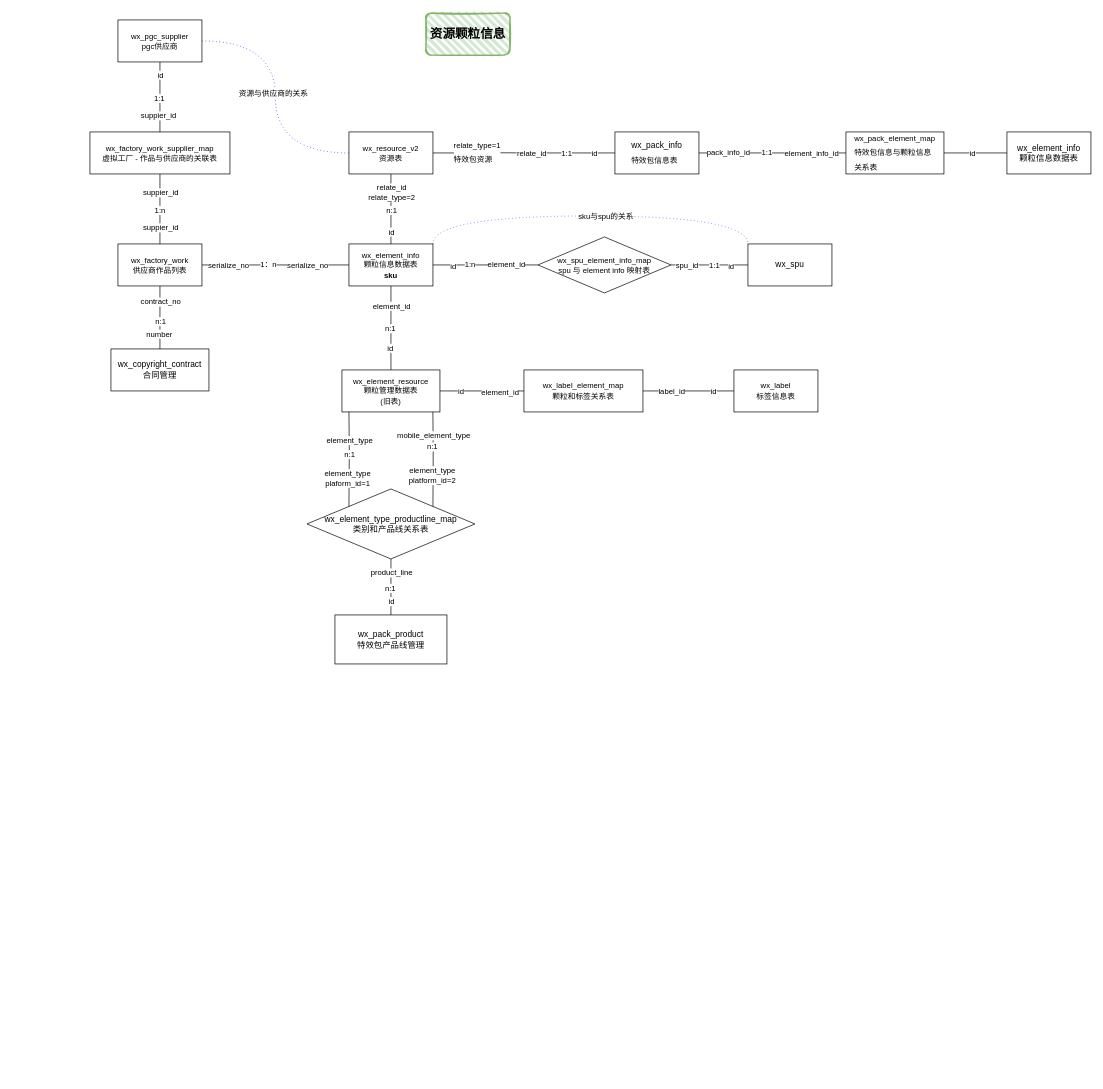
Above: 未命名绘图.drawio in nateshao/blog-image (draw.io), before the change. Source tidied: cells renumbered, new cells numbered last; positions are measured from the earlier drawing's top-left corner, leaving out a move shared by most shapes. Both pictures are drawn from the tidied source at 70%, with x=0, y=0 at pixel (90, 13).
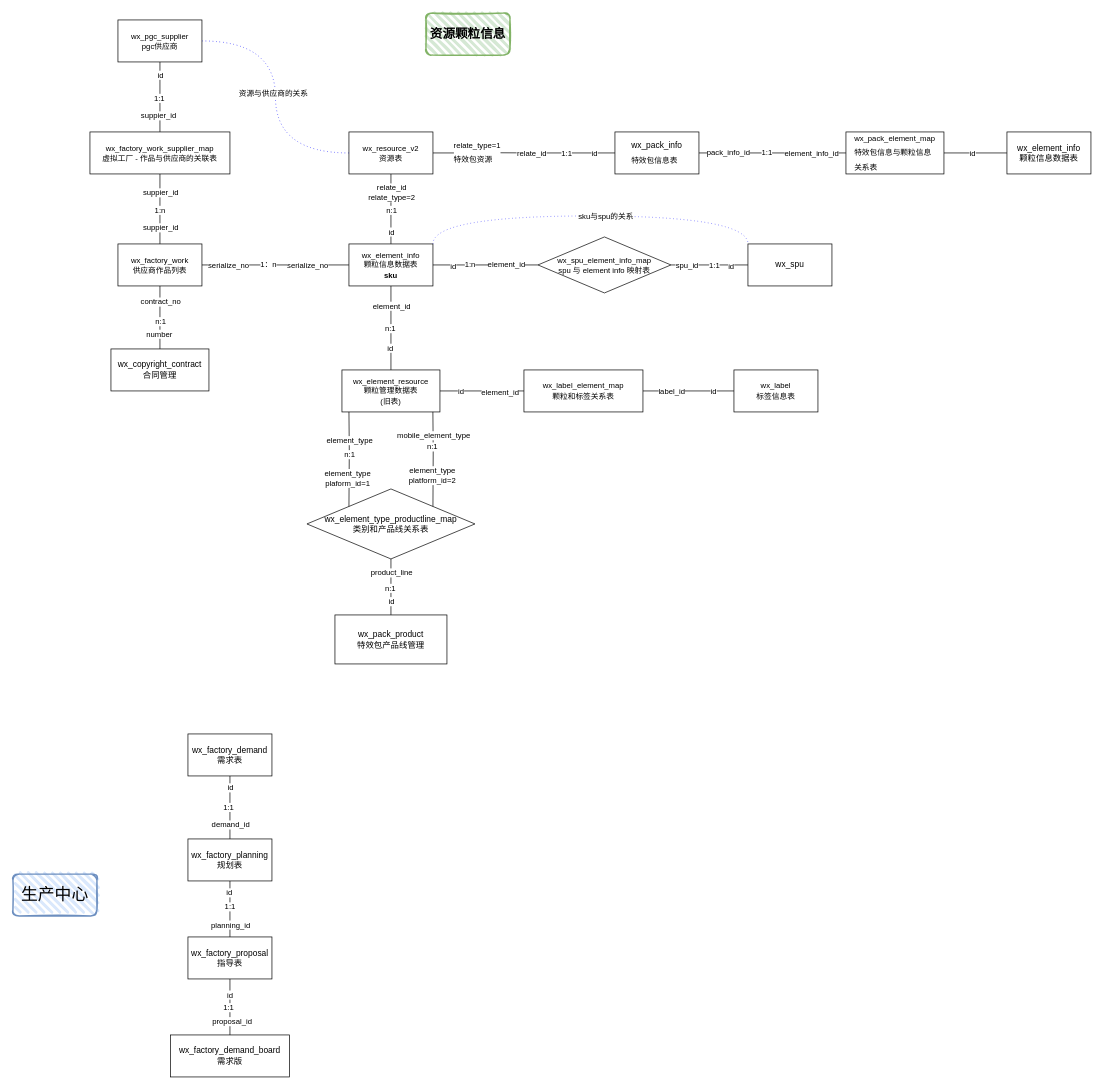
The same page after the edit.

Commit message:
更新未命名绘图.drawio

What changed in the source:
```diff
@@
+    <mxCell id="85" value="&lt;font style=&quot;font-size: 24px;&quot;&gt;生产中心&lt;/font&gt;" style="rounded=1;whiteSpace=wrap;html=1;strokeWidth=2;fillWeight=4;hachureGap=8;hachureAngle=45;fillColor=#dae8fc;sketch=1;strokeColor=#6c8ebf;" parent="1" vertex="1">
+      <mxGeometry x="-110" y="1230" width="120" height="60" as="geometry" />
+    </mxCell>
+    <mxCell id="86" style="edgeStyle=orthogonalEdgeStyle;rounded=0;jettySize=auto;html=1;endArrow=none;endFill=0;" parent="1" edge="1" source="90" target="95">
+      <mxGeometry relative="1" as="geometry" />
+    </mxCell>
+    <mxCell id="87" value="id" style="edgeLabel;html=1;align=center;verticalAlign=middle;" parent="86" vertex="1">
+      <mxGeometry x="-0.43" y="2" relative="1" as="geometry">
+        <mxPoint x="-2" y="-10" as="offset" />
+      </mxGeometry>
+    </mxCell>
+    <mxCell id="88" value="demand_id" style="edgeLabel;html=1;align=center;verticalAlign=middle;" parent="86" vertex="1">
+      <mxGeometry x="0.54" relative="1" as="geometry" />
+    </mxCell>
+    <mxCell id="89" value="1:1" style="edgeLabel;html=1;align=center;verticalAlign=middle;" parent="86" vertex="1">
+      <mxGeometry x="-0.03" y="-3" relative="1" as="geometry" />
+    </mxCell>
+    <mxCell id="90" value="&lt;font style=&quot;&quot;&gt;wx_factory_demand&lt;br&gt;需求表&lt;br&gt;&lt;/font&gt;" style="rounded=0;whiteSpace=wrap;html=1;" parent="1" vertex="1">
+      <mxGeometry x="140" y="1030" width="120" height="60" as="geometry" />
+    </mxCell>
+    <mxCell id="91" style="edgeStyle=orthogonalEdgeStyle;rounded=0;jettySize=auto;html=1;endArrow=none;endFill=0;" parent="1" edge="1" source="95" target="101">
+      <mxGeometry relative="1" as="geometry" />
+    </mxCell>
+    <mxCell id="92" value="id" style="edgeLabel;html=1;align=center;verticalAlign=middle;" parent="91" vertex="1">
+      <mxGeometry x="-0.6" y="-2" relative="1" as="geometry" />
+    </mxCell>
+    <mxCell id="93" value="planning_id" style="edgeLabel;html=1;align=center;verticalAlign=middle;" parent="91" vertex="1">
+      <mxGeometry x="0.55" relative="1" as="geometry" />
+    </mxCell>
+    <mxCell id="94" value="1:1" style="edgeLabel;html=1;align=center;verticalAlign=middle;" parent="91" vertex="1">
+      <mxGeometry x="-0.1" y="-1" relative="1" as="geometry" />
+    </mxCell>
+    <mxCell id="95" value="&lt;font style=&quot;&quot;&gt;wx_factory_planning规划表&lt;br&gt;&lt;/font&gt;" style="rounded=0;whiteSpace=wrap;html=1;" parent="1" vertex="1">
+      <mxGeometry x="140" y="1180" width="120" height="60" as="geometry" />
+    </mxCell>
+    <mxCell id="96" value="wx_factory_demand_board&lt;br&gt;需求版" style="whiteSpace=wrap;html=1;rounded=0;" parent="1" vertex="1">
+      <mxGeometry x="115" y="1460" width="170" height="60" as="geometry" />
+    </mxCell>
+    <mxCell id="97" style="edgeStyle=orthogonalEdgeStyle;rounded=0;jettySize=auto;html=1;endArrow=none;endFill=0;" parent="1" edge="1" source="101" target="96">
+      <mxGeometry relative="1" as="geometry" />
+    </mxCell>
+    <mxCell id="98" value="id" style="edgeLabel;html=1;align=center;verticalAlign=middle;" parent="97" vertex="1">
+      <mxGeometry x="-0.45" y="-1" relative="1" as="geometry" />
+    </mxCell>
+    <mxCell id="99" value="1:1" style="edgeLabel;html=1;align=center;verticalAlign=middle;" parent="97" vertex="1">
+      <mxGeometry x="0.2" y="-3" relative="1" as="geometry">
+        <mxPoint y="-8" as="offset" />
+      </mxGeometry>
+    </mxCell>
+    <mxCell id="100" value="proposal_id" style="edgeLabel;html=1;align=center;verticalAlign=middle;" parent="97" vertex="1">
+      <mxGeometry x="0.7" y="2" relative="1" as="geometry">
+        <mxPoint y="-8" as="offset" />
+      </mxGeometry>
+    </mxCell>
+    <mxCell id="101" value="wx_factory_proposal&lt;br&gt;指导表" style="whiteSpace=wrap;html=1;rounded=0;" parent="1" vertex="1">
+      <mxGeometry x="140" y="1320" width="120" height="60" as="geometry" />
+    </mxCell>
```
